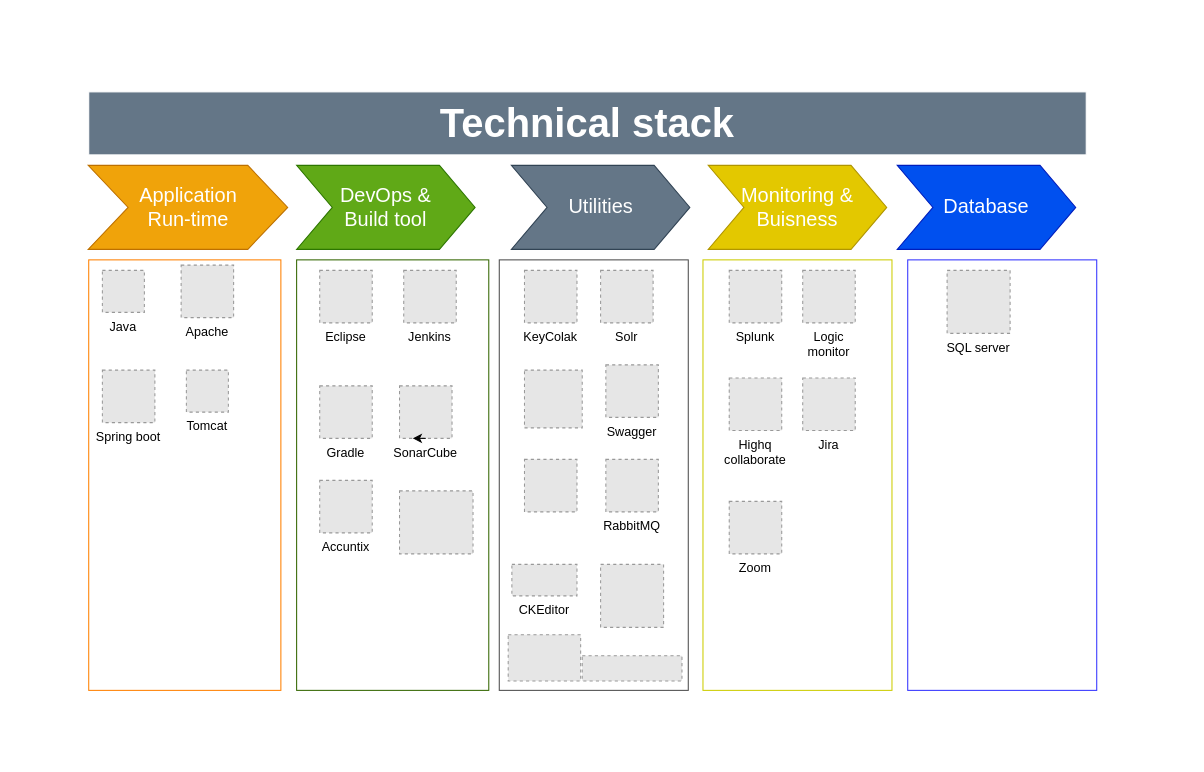
Above: Untitled Diagram.drawio in rvpatel83mca/config (draw.io), before the change. Source tidied: cells renumbered, new cells numbered last; positions are measured from the earlier drawing's top-left corner, leaving out a move shared by most shapes. Both pictures are drawn from the tidied source at 105%, with x=0, y=0 at pixel (88, 91). Pictures stored in the file or linked from it are replaced by grey dashed boxes.
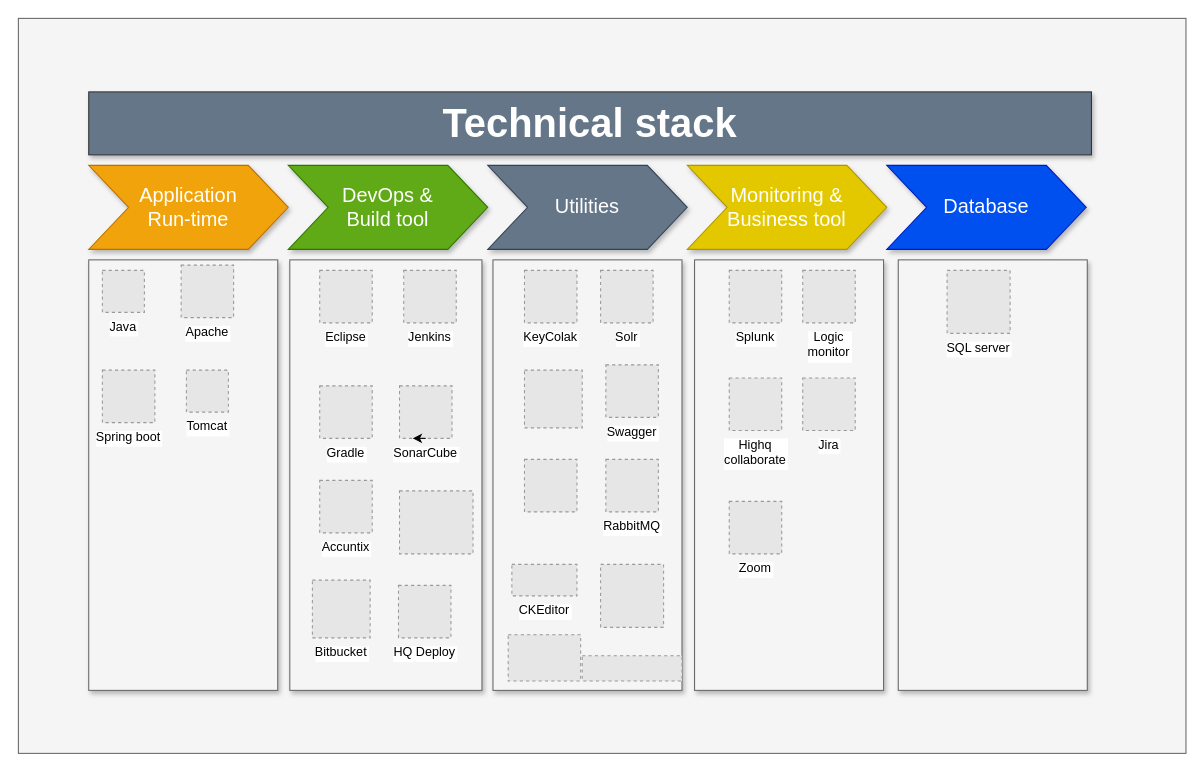
The same diagram, later.

What changed in the source:
```diff
@@
+    <mxCell id="40" style="rounded=0;whiteSpace=wrap;html=1;labelBackgroundColor=#ffffff;strokeColor=#666666;fontSize=38;fillColor=#f5f5f5;fontColor=#333333;" parent="1" vertex="1">
+      <mxGeometry x="-67" y="-70" width="1112" height="700" as="geometry" />
+    </mxCell>
-    <mxCell id="2" style="rounded=0;whiteSpace=wrap;html=1;labelBackgroundColor=#ffffff;fontSize=38;fontColor=#66B2FF;strokeColor=#3333FF;" parent="1" vertex="1">
-      <mxGeometry x="780" y="160" width="180" height="410" as="geometry" />
+    <mxCell id="2" style="rounded=0;whiteSpace=wrap;html=1;labelBackgroundColor=#ffffff;fontSize=38;fontColor=#333333;strokeColor=#666666;fillColor=#f5f5f5;shadow=1;" parent="1" vertex="1">
+      <mxGeometry x="771" y="160" width="180" height="410" as="geometry" />
     </mxCell>
-    <mxCell id="3" style="rounded=0;whiteSpace=wrap;html=1;labelBackgroundColor=#ffffff;fontSize=38;fontColor=#66B2FF;strokeColor=#CCCC00;" parent="1" vertex="1">
-      <mxGeometry x="585" y="160" width="180" height="410" as="geometry" />
+    <mxCell id="3" style="rounded=0;whiteSpace=wrap;html=1;labelBackgroundColor=#ffffff;fontSize=38;fontColor=#333333;strokeColor=#666666;fillColor=#f5f5f5;shadow=1;" parent="1" vertex="1">
+      <mxGeometry x="577" y="160" width="180" height="410" as="geometry" />
     </mxCell>
-    <mxCell id="4" style="rounded=0;whiteSpace=wrap;html=1;labelBackgroundColor=#ffffff;fontSize=38;fontColor=#66B2FF;strokeColor=#4D4D4D;" parent="1" vertex="1">
-      <mxGeometry x="391" y="160" width="180" height="410" as="geometry" />
+    <mxCell id="4" style="rounded=0;whiteSpace=wrap;html=1;labelBackgroundColor=#ffffff;fontSize=38;fontColor=#333333;strokeColor=#666666;fillColor=#f5f5f5;shadow=1;" parent="1" vertex="1">
+      <mxGeometry x="385" y="160" width="180" height="410" as="geometry" />
     </mxCell>
-    <mxCell id="5" style="rounded=0;whiteSpace=wrap;html=1;labelBackgroundColor=#ffffff;fontSize=38;fontColor=#66B2FF;strokeColor=#336600;" parent="1" vertex="1">
-      <mxGeometry x="198" y="160" width="183" height="410" as="geometry" />
+    <mxCell id="5" style="rounded=0;whiteSpace=wrap;html=1;labelBackgroundColor=#ffffff;fontSize=38;fontColor=#333333;strokeColor=#666666;fillColor=#f5f5f5;shadow=1;" parent="1" vertex="1">
+      <mxGeometry x="191.5" y="160" width="183" height="410" as="geometry" />
     </mxCell>
-    <mxCell id="6" style="rounded=0;whiteSpace=wrap;html=1;labelBackgroundColor=#ffffff;fontSize=38;fontColor=#66B2FF;strokeColor=#FF8000;" parent="1" vertex="1">
-      <mxGeometry y="160" width="183" height="410" as="geometry" />
+    <mxCell id="6" style="rounded=0;whiteSpace=wrap;html=1;labelBackgroundColor=#ffffff;fontSize=38;fontColor=#333333;strokeColor=#666666;fillColor=#f5f5f5;shadow=1;" parent="1" vertex="1">
+      <mxGeometry y="160" width="180" height="410" as="geometry" />
     </mxCell>
-    <mxCell id="7" value="Application &lt;br&gt;Run-time" style="shape=step;whiteSpace=wrap;html=1;fontSize=19;fillColor=#f0a30a;fontColor=#ffffff;strokeColor=#BD7000;" parent="1" vertex="1">
-      <mxGeometry x="-0.5" y="70" width="190" height="80" as="geometry" />
+    <mxCell id="7" value="Application &lt;br&gt;Run-time" style="shape=step;whiteSpace=wrap;html=1;fontSize=19;fillColor=#f0a30a;fontColor=#ffffff;strokeColor=#BD7000;shadow=1;" parent="1" vertex="1">
+      <mxGeometry y="70" width="190" height="80" as="geometry" />
     </mxCell>
-    <mxCell id="8" value="Database" style="shape=step;whiteSpace=wrap;html=1;fontSize=19;fillColor=#0050ef;strokeColor=#001DBC;fontColor=#ffffff;" parent="1" vertex="1">
-      <mxGeometry x="770" y="70" width="170" height="80" as="geometry" />
+    <mxCell id="8" value="Database" style="shape=step;whiteSpace=wrap;html=1;fontSize=19;fillColor=#0050ef;strokeColor=#001DBC;fontColor=#ffffff;shadow=1;" parent="1" vertex="1">
+      <mxGeometry x="760" y="70" width="190" height="80" as="geometry" />
     </mxCell>
-    <mxCell id="9" value="DevOps &amp;amp; &lt;br&gt;Build tool" style="shape=step;whiteSpace=wrap;html=1;fontSize=19;fillColor=#60a917;strokeColor=#2D7600;fontColor=#ffffff;" parent="1" vertex="1">
-      <mxGeometry x="198" y="70" width="170" height="80" as="geometry" />
+    <mxCell id="9" value="DevOps &amp;amp; &lt;br&gt;Build tool" style="shape=step;whiteSpace=wrap;html=1;fontSize=19;fillColor=#60a917;strokeColor=#2D7600;fontColor=#ffffff;shadow=1;" parent="1" vertex="1">
+      <mxGeometry x="190" y="70" width="190" height="80" as="geometry" />
     </mxCell>
-    <mxCell id="10" value="Monitoring &amp;amp; Buisness" style="shape=step;whiteSpace=wrap;html=1;fontSize=19;fillColor=#e3c800;fontColor=#ffffff;strokeColor=#B09500;" parent="1" vertex="1">
-      <mxGeometry x="590" y="70" width="170" height="80" as="geometry" />
+    <mxCell id="10" value="Monitoring &amp;amp; Business tool" style="shape=step;whiteSpace=wrap;html=1;fontSize=19;fillColor=#e3c800;fontColor=#ffffff;strokeColor=#B09500;shadow=1;" parent="1" vertex="1">
+      <mxGeometry x="570" y="70" width="190" height="80" as="geometry" />
     </mxCell>
-    <mxCell id="11" value="Utilities" style="shape=step;whiteSpace=wrap;html=1;fontSize=19;fillColor=#647687;fontColor=#ffffff;strokeColor=#314354;" parent="1" vertex="1">
-      <mxGeometry x="402.5" y="70" width="170" height="80" as="geometry" />
+    <mxCell id="11" value="Utilities" style="shape=step;whiteSpace=wrap;html=1;fontSize=19;fillColor=#647687;fontColor=#ffffff;strokeColor=#314354;shadow=1;" parent="1" vertex="1">
+      <mxGeometry x="380" y="70" width="190" height="80" as="geometry" />
     </mxCell>
-    <mxCell id="12" value="Technical stack" style="text;html=1;strokeColor=#FFFFFF;fillColor=#647687;align=center;verticalAlign=middle;whiteSpace=wrap;fontSize=38;fontStyle=1;fontColor=#ffffff;" parent="1" vertex="1">
-      <mxGeometry width="950" height="60" as="geometry" />
+    <mxCell id="12" value="Technical stack" style="text;html=1;strokeColor=#333333;fillColor=#647687;align=center;verticalAlign=middle;whiteSpace=wrap;fontSize=38;fontStyle=1;fontColor=#ffffff;strokeWidth=1;shadow=1;" parent="1" vertex="1">
+      <mxGeometry width="955" height="60" as="geometry" />
     </mxCell>
@@
+    <mxCell id="41" value="Bitbucket" style="fillColor=#E6E6E6;strokeColor=#999999;dashed=1;verticalLabelPosition=bottom;labelBackgroundColor=#ffffff;verticalAlign=top;" parent="1" vertex="1">
+      <mxGeometry x="213" y="465" width="55" height="55" as="geometry" />
+    </mxCell>
+    <mxCell id="42" value="HQ Deploy" style="fillColor=#E6E6E6;strokeColor=#999999;dashed=1;verticalLabelPosition=bottom;labelBackgroundColor=#ffffff;verticalAlign=top;" parent="1" vertex="1">
+      <mxGeometry x="295" y="470" width="50" height="50" as="geometry" />
+    </mxCell>
```
